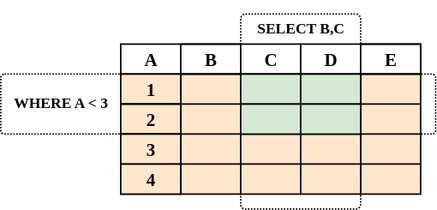
Before: docs/sql-reference/select-project.svg, a diagram exported from draw.io (mabel-dev/opteryx.dev). Source tidied: cells renumbered, new cells last; positions are measured from the earlier drawing's top-left corner, leaving out a move shared by most shapes. Its diagram source:
```xml
<mxGraphModel>
  <root>
    <mxCell id="0" />
    <mxCell id="1" parent="0" />
    <mxCell id="2" style="rounded=1;whiteSpace=wrap;html=1;strokeColor=#000000;fillColor=none;arcSize=6;dashed=1;dashPattern=1 1;" parent="1" vertex="1">
      <mxGeometry y="40" width="290" height="40" as="geometry" />
    </mxCell>
    <mxCell id="3" style="rounded=1;whiteSpace=wrap;html=1;strokeColor=#000000;fillColor=none;arcSize=4;dashed=1;dashPattern=1 1;" parent="1" vertex="1">
      <mxGeometry x="160" width="80" height="130" as="geometry" />
    </mxCell>
    <mxCell id="4" style="rounded=0;whiteSpace=wrap;html=1;fontFamily=Lucida Console;fontSize=6;strokeColor=#000000;strokeWidth=1;fillColor=default;gradientColor=none;" parent="1" vertex="1">
      <mxGeometry x="80" y="20" width="120" height="20" as="geometry" />
    </mxCell>
    <mxCell id="5" style="rounded=0;whiteSpace=wrap;html=1;fontFamily=Lucida Console;fontSize=6;strokeColor=#36393d;strokeWidth=1;fillColor=#cce5ff;" parent="1" vertex="1">
      <mxGeometry x="80" y="40" width="40" height="80" as="geometry" />
    </mxCell>
    <mxCell id="6" style="rounded=0;whiteSpace=wrap;html=1;fontFamily=Lucida Console;fontSize=6;strokeColor=#000000;strokeWidth=1;fillColor=#ffe6cc;" parent="1" vertex="1">
      <mxGeometry x="120" y="40" width="40" height="80" as="geometry" />
    </mxCell>
    <mxCell id="7" style="rounded=0;whiteSpace=wrap;html=1;fontFamily=Lucida Console;fontSize=6;strokeColor=#000000;strokeWidth=1;fillColor=#FFE6CC;" parent="1" vertex="1">
      <mxGeometry x="160" y="40" width="40" height="80" as="geometry" />
    </mxCell>
    <mxCell id="8" value="1" style="text;strokeColor=#000000;fillColor=#ffe6cc;html=1;fontSize=12;fontStyle=1;verticalAlign=bottom;align=center;fontFamily=Lucida Console;" parent="1" vertex="1">
      <mxGeometry x="80" y="40" width="40" height="20" as="geometry" />
    </mxCell>
    <mxCell id="9" style="rounded=0;whiteSpace=wrap;html=1;fontFamily=Lucida Console;fontSize=6;strokeColor=#000000;strokeWidth=1;fillColor=none;" parent="1" vertex="1">
      <mxGeometry x="120" y="20" width="40" height="20" as="geometry" />
    </mxCell>
    <mxCell id="10" value="2" style="text;strokeColor=#000000;fillColor=#ffe6cc;html=1;fontSize=12;fontStyle=1;verticalAlign=bottom;align=center;fontFamily=Lucida Console;" parent="1" vertex="1">
      <mxGeometry x="80" y="60" width="40" height="20" as="geometry" />
    </mxCell>
    <mxCell id="11" style="rounded=0;whiteSpace=wrap;html=1;fontFamily=Lucida Console;fontSize=6;strokeColor=#000000;strokeWidth=1;fillColor=default;gradientColor=none;" parent="1" vertex="1">
      <mxGeometry x="200" y="20" width="80" height="20" as="geometry" />
    </mxCell>
    <mxCell id="12" style="rounded=0;whiteSpace=wrap;html=1;fontFamily=Lucida Console;fontSize=6;strokeColor=#000000;strokeWidth=1;fillColor=#ffe6cc;" parent="1" vertex="1">
      <mxGeometry x="240" y="40" width="40" height="80" as="geometry" />
    </mxCell>
    <mxCell id="13" style="rounded=0;whiteSpace=wrap;html=1;fontFamily=Lucida Console;fontSize=6;strokeColor=#000000;strokeWidth=1;fillColor=#ffe6cc;" parent="1" vertex="1">
      <mxGeometry x="200" y="40" width="40" height="80" as="geometry" />
    </mxCell>
    <mxCell id="14" style="endArrow=none;html=1;rounded=0;fontFamily=Lucida Console;fontSize=6;startArrow=none;" parent="1" edge="1">
      <mxGeometry relative="1" as="geometry">
        <mxPoint x="80" y="80" as="sourcePoint" />
        <mxPoint x="280" y="80" as="targetPoint" />
      </mxGeometry>
    </mxCell>
    <mxCell id="15" style="endArrow=none;html=1;rounded=0;fontFamily=Lucida Console;fontSize=6;startArrow=none;" parent="1" edge="1">
      <mxGeometry relative="1" as="geometry">
        <mxPoint x="80" y="100" as="sourcePoint" />
        <mxPoint x="280" y="100" as="targetPoint" />
      </mxGeometry>
    </mxCell>
    <mxCell id="16" style="endArrow=none;html=1;rounded=0;fontFamily=Lucida Console;fontSize=6;startArrow=none;" parent="1" edge="1">
      <mxGeometry relative="1" as="geometry">
        <mxPoint x="80" y="60" as="sourcePoint" />
        <mxPoint x="280" y="60" as="targetPoint" />
      </mxGeometry>
    </mxCell>
    <mxCell id="17" value="3" style="text;strokeColor=#000000;fillColor=#ffe6cc;html=1;fontSize=12;fontStyle=1;verticalAlign=bottom;align=center;fontFamily=Lucida Console;" parent="1" vertex="1">
      <mxGeometry x="80" y="80" width="40" height="20" as="geometry" />
    </mxCell>
    <mxCell id="18" value="&amp;nbsp;" style="text;strokeColor=#000000;fillColor=#d5e8d4;html=1;fontSize=12;fontStyle=1;verticalAlign=bottom;align=center;fontFamily=Lucida Console;" parent="1" vertex="1">
      <mxGeometry x="160" y="40" width="40" height="20" as="geometry" />
    </mxCell>
    <mxCell id="19" style="rounded=0;whiteSpace=wrap;html=1;fontFamily=Lucida Console;fontSize=6;strokeColor=#000000;strokeWidth=1;fillColor=none;" parent="1" vertex="1">
      <mxGeometry x="240" y="20" width="40" height="20" as="geometry" />
    </mxCell>
    <mxCell id="20" value="B" style="text;strokeColor=none;fillColor=none;html=1;fontSize=12;fontStyle=1;verticalAlign=bottom;align=center;fontFamily=Lucida Console;" parent="1" vertex="1">
      <mxGeometry x="120" y="20" width="40" height="20" as="geometry" />
    </mxCell>
    <mxCell id="21" value="C" style="text;strokeColor=none;fillColor=none;html=1;fontSize=12;fontStyle=1;verticalAlign=bottom;align=center;fontFamily=Lucida Console;" parent="1" vertex="1">
      <mxGeometry x="160" y="20" width="40" height="20" as="geometry" />
    </mxCell>
    <mxCell id="22" value="D" style="text;strokeColor=none;fillColor=none;html=1;fontSize=12;fontStyle=1;verticalAlign=bottom;align=center;fontFamily=Lucida Console;" parent="1" vertex="1">
      <mxGeometry x="200" y="20" width="40" height="20" as="geometry" />
    </mxCell>
    <mxCell id="23" value="E" style="text;strokeColor=none;fillColor=none;html=1;fontSize=12;fontStyle=1;verticalAlign=bottom;align=center;fontFamily=Lucida Console;" parent="1" vertex="1">
      <mxGeometry x="240" y="20" width="40" height="20" as="geometry" />
    </mxCell>
    <mxCell id="24" value="4" style="text;strokeColor=#000000;fillColor=#ffe6cc;html=1;fontSize=12;fontStyle=1;verticalAlign=bottom;align=center;fontFamily=Lucida Console;" parent="1" vertex="1">
      <mxGeometry x="80" y="100" width="40" height="20" as="geometry" />
    </mxCell>
    <mxCell id="25" value="&amp;nbsp;" style="text;strokeColor=#000000;fillColor=#d5e8d4;html=1;fontSize=12;fontStyle=1;verticalAlign=bottom;align=center;fontFamily=Lucida Console;" parent="1" vertex="1">
      <mxGeometry x="160" y="60" width="40" height="20" as="geometry" />
    </mxCell>
    <mxCell id="26" value="&lt;font style=&quot;font-size: 10px;&quot;&gt;SELECT B,C&lt;/font&gt;" style="text;strokeColor=none;fillColor=none;html=1;fontSize=24;fontStyle=1;verticalAlign=middle;align=center;fontFamily=Lucida Console;" parent="1" vertex="1">
      <mxGeometry x="160" width="80" height="10" as="geometry" />
    </mxCell>
    <mxCell id="27" value="&amp;nbsp;" style="text;strokeColor=#000000;fillColor=#d5e8d4;html=1;fontSize=12;fontStyle=1;verticalAlign=bottom;align=center;fontFamily=Lucida Console;" parent="1" vertex="1">
      <mxGeometry x="200" y="40" width="40" height="20" as="geometry" />
    </mxCell>
    <mxCell id="28" value="&amp;nbsp;" style="text;strokeColor=#000000;fillColor=#d5e8d4;html=1;fontSize=12;fontStyle=1;verticalAlign=bottom;align=center;fontFamily=Lucida Console;" parent="1" vertex="1">
      <mxGeometry x="200" y="60" width="40" height="20" as="geometry" />
    </mxCell>
    <mxCell id="29" value="&lt;font style=&quot;font-size: 10px; line-height: 0.7;&quot;&gt;WHERE A &amp;lt; 3&lt;/font&gt;" style="text;strokeColor=none;fillColor=none;html=1;fontSize=24;fontStyle=1;verticalAlign=middle;align=center;fontFamily=Lucida Console;rounded=0;arcSize=0;" parent="1" vertex="1">
      <mxGeometry y="40" width="80" height="30" as="geometry" />
    </mxCell>
    <mxCell id="30" value="A" style="text;strokeColor=none;fillColor=none;html=1;fontSize=12;fontStyle=1;verticalAlign=bottom;align=center;fontFamily=Lucida Console;" parent="1" vertex="1">
      <mxGeometry x="80" y="20" width="40" height="20" as="geometry" />
    </mxCell>
  </root>
</mxGraphModel>
```
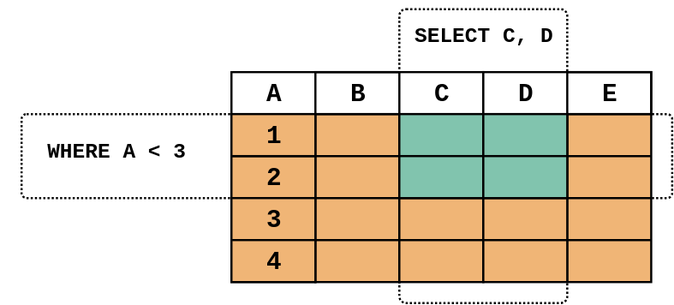
Above is the later version.

Diff of the diagram source:
```diff
@@ -2,100 +2,100 @@
   <root>
     <mxCell id="0" />
     <mxCell id="1" parent="0" />
-    <mxCell id="2" style="rounded=1;whiteSpace=wrap;html=1;strokeColor=#000000;fillColor=none;arcSize=6;dashed=1;dashPattern=1 1;" parent="1" vertex="1">
-      <mxGeometry y="40" width="290" height="40" as="geometry" />
+    <mxCell id="2" style="rounded=1;whiteSpace=wrap;html=1;strokeColor=#000000;fillColor=none;arcSize=6;dashed=1;dashPattern=1 1;fontFamily=Courier New;" parent="1" vertex="1">
+      <mxGeometry x="-20" y="40" width="310" height="40" as="geometry" />
     </mxCell>
-    <mxCell id="3" style="rounded=1;whiteSpace=wrap;html=1;strokeColor=#000000;fillColor=none;arcSize=4;dashed=1;dashPattern=1 1;" parent="1" vertex="1">
-      <mxGeometry x="160" width="80" height="130" as="geometry" />
+    <mxCell id="3" style="rounded=1;whiteSpace=wrap;html=1;strokeColor=#000000;fillColor=none;arcSize=4;dashed=1;dashPattern=1 1;fontFamily=Courier New;" parent="1" vertex="1">
+      <mxGeometry x="160" y="-10" width="80" height="140" as="geometry" />
     </mxCell>
-    <mxCell id="4" style="rounded=0;whiteSpace=wrap;html=1;fontFamily=Lucida Console;fontSize=6;strokeColor=#000000;strokeWidth=1;fillColor=default;gradientColor=none;" parent="1" vertex="1">
+    <mxCell id="4" style="rounded=0;whiteSpace=wrap;html=1;fontFamily=Courier New;fontSize=6;strokeColor=#000000;strokeWidth=1;fillColor=default;gradientColor=none;" parent="1" vertex="1">
       <mxGeometry x="80" y="20" width="120" height="20" as="geometry" />
     </mxCell>
-    <mxCell id="5" style="rounded=0;whiteSpace=wrap;html=1;fontFamily=Lucida Console;fontSize=6;strokeColor=#36393d;strokeWidth=1;fillColor=#cce5ff;" parent="1" vertex="1">
+    <mxCell id="5" style="rounded=0;whiteSpace=wrap;html=1;fontFamily=Courier New;fontSize=6;strokeColor=#36393d;strokeWidth=1;fillColor=#cce5ff;" parent="1" vertex="1">
       <mxGeometry x="80" y="40" width="40" height="80" as="geometry" />
     </mxCell>
-    <mxCell id="6" style="rounded=0;whiteSpace=wrap;html=1;fontFamily=Lucida Console;fontSize=6;strokeColor=#000000;strokeWidth=1;fillColor=#ffe6cc;" parent="1" vertex="1">
+    <mxCell id="6" style="rounded=0;whiteSpace=wrap;html=1;fontFamily=Courier New;fontSize=6;strokeColor=#000000;strokeWidth=1;fillColor=#F0B576;" parent="1" vertex="1">
       <mxGeometry x="120" y="40" width="40" height="80" as="geometry" />
     </mxCell>
-    <mxCell id="7" style="rounded=0;whiteSpace=wrap;html=1;fontFamily=Lucida Console;fontSize=6;strokeColor=#000000;strokeWidth=1;fillColor=#FFE6CC;" parent="1" vertex="1">
+    <mxCell id="7" style="rounded=0;whiteSpace=wrap;html=1;fontFamily=Courier New;fontSize=6;strokeColor=#000000;strokeWidth=1;fillColor=#F0B576;" parent="1" vertex="1">
       <mxGeometry x="160" y="40" width="40" height="80" as="geometry" />
     </mxCell>
-    <mxCell id="8" value="1" style="text;strokeColor=#000000;fillColor=#ffe6cc;html=1;fontSize=12;fontStyle=1;verticalAlign=bottom;align=center;fontFamily=Lucida Console;" parent="1" vertex="1">
+    <mxCell id="8" value="1" style="text;strokeColor=#000000;fillColor=#F0B576;html=1;fontSize=12;fontStyle=1;verticalAlign=bottom;align=center;fontFamily=Courier New;" parent="1" vertex="1">
       <mxGeometry x="80" y="40" width="40" height="20" as="geometry" />
     </mxCell>
-    <mxCell id="9" style="rounded=0;whiteSpace=wrap;html=1;fontFamily=Lucida Console;fontSize=6;strokeColor=#000000;strokeWidth=1;fillColor=none;" parent="1" vertex="1">
+    <mxCell id="9" style="rounded=0;whiteSpace=wrap;html=1;fontFamily=Courier New;fontSize=6;strokeColor=#000000;strokeWidth=1;fillColor=none;" parent="1" vertex="1">
       <mxGeometry x="120" y="20" width="40" height="20" as="geometry" />
     </mxCell>
-    <mxCell id="10" value="2" style="text;strokeColor=#000000;fillColor=#ffe6cc;html=1;fontSize=12;fontStyle=1;verticalAlign=bottom;align=center;fontFamily=Lucida Console;" parent="1" vertex="1">
+    <mxCell id="10" value="2" style="text;strokeColor=#000000;fillColor=#F0B576;html=1;fontSize=12;fontStyle=1;verticalAlign=bottom;align=center;fontFamily=Courier New;" parent="1" vertex="1">
       <mxGeometry x="80" y="60" width="40" height="20" as="geometry" />
     </mxCell>
-    <mxCell id="11" style="rounded=0;whiteSpace=wrap;html=1;fontFamily=Lucida Console;fontSize=6;strokeColor=#000000;strokeWidth=1;fillColor=default;gradientColor=none;" parent="1" vertex="1">
+    <mxCell id="11" style="rounded=0;whiteSpace=wrap;html=1;fontFamily=Courier New;fontSize=6;strokeColor=#000000;strokeWidth=1;fillColor=default;gradientColor=none;" parent="1" vertex="1">
       <mxGeometry x="200" y="20" width="80" height="20" as="geometry" />
     </mxCell>
-    <mxCell id="12" style="rounded=0;whiteSpace=wrap;html=1;fontFamily=Lucida Console;fontSize=6;strokeColor=#000000;strokeWidth=1;fillColor=#ffe6cc;" parent="1" vertex="1">
+    <mxCell id="12" style="rounded=0;whiteSpace=wrap;html=1;fontFamily=Courier New;fontSize=6;strokeColor=#000000;strokeWidth=1;fillColor=#F0B576;" parent="1" vertex="1">
       <mxGeometry x="240" y="40" width="40" height="80" as="geometry" />
     </mxCell>
-    <mxCell id="13" style="rounded=0;whiteSpace=wrap;html=1;fontFamily=Lucida Console;fontSize=6;strokeColor=#000000;strokeWidth=1;fillColor=#ffe6cc;" parent="1" vertex="1">
+    <mxCell id="13" style="rounded=0;whiteSpace=wrap;html=1;fontFamily=Courier New;fontSize=6;strokeColor=#000000;strokeWidth=1;fillColor=#F0B576;" parent="1" vertex="1">
       <mxGeometry x="200" y="40" width="40" height="80" as="geometry" />
     </mxCell>
-    <mxCell id="14" style="endArrow=none;html=1;rounded=0;fontFamily=Lucida Console;fontSize=6;startArrow=none;" parent="1" edge="1">
+    <mxCell id="14" style="endArrow=none;html=1;rounded=0;fontFamily=Courier New;fontSize=6;startArrow=none;" parent="1" edge="1">
       <mxGeometry relative="1" as="geometry">
         <mxPoint x="80" y="80" as="sourcePoint" />
         <mxPoint x="280" y="80" as="targetPoint" />
       </mxGeometry>
     </mxCell>
-    <mxCell id="15" style="endArrow=none;html=1;rounded=0;fontFamily=Lucida Console;fontSize=6;startArrow=none;" parent="1" edge="1">
+    <mxCell id="15" style="endArrow=none;html=1;rounded=0;fontFamily=Courier New;fontSize=6;startArrow=none;" parent="1" edge="1">
       <mxGeometry relative="1" as="geometry">
         <mxPoint x="80" y="100" as="sourcePoint" />
         <mxPoint x="280" y="100" as="targetPoint" />
       </mxGeometry>
     </mxCell>
-    <mxCell id="16" style="endArrow=none;html=1;rounded=0;fontFamily=Lucida Console;fontSize=6;startArrow=none;" parent="1" edge="1">
+    <mxCell id="16" style="endArrow=none;html=1;rounded=0;fontFamily=Courier New;fontSize=6;startArrow=none;" parent="1" edge="1">
       <mxGeometry relative="1" as="geometry">
         <mxPoint x="80" y="60" as="sourcePoint" />
         <mxPoint x="280" y="60" as="targetPoint" />
       </mxGeometry>
     </mxCell>
-    <mxCell id="17" value="3" style="text;strokeColor=#000000;fillColor=#ffe6cc;html=1;fontSize=12;fontStyle=1;verticalAlign=bottom;align=center;fontFamily=Lucida Console;" parent="1" vertex="1">
+    <mxCell id="17" value="3" style="text;strokeColor=#000000;fillColor=#F0B576;html=1;fontSize=12;fontStyle=1;verticalAlign=bottom;align=center;fontFamily=Courier New;" parent="1" vertex="1">
       <mxGeometry x="80" y="80" width="40" height="20" as="geometry" />
     </mxCell>
-    <mxCell id="18" value="&amp;nbsp;" style="text;strokeColor=#000000;fillColor=#d5e8d4;html=1;fontSize=12;fontStyle=1;verticalAlign=bottom;align=center;fontFamily=Lucida Console;" parent="1" vertex="1">
+    <mxCell id="18" value="&amp;nbsp;" style="text;strokeColor=#000000;fillColor=#81C4AE;html=1;fontSize=12;fontStyle=1;verticalAlign=bottom;align=center;fontFamily=Courier New;" parent="1" vertex="1">
       <mxGeometry x="160" y="40" width="40" height="20" as="geometry" />
     </mxCell>
-    <mxCell id="19" style="rounded=0;whiteSpace=wrap;html=1;fontFamily=Lucida Console;fontSize=6;strokeColor=#000000;strokeWidth=1;fillColor=none;" parent="1" vertex="1">
+    <mxCell id="19" style="rounded=0;whiteSpace=wrap;html=1;fontFamily=Courier New;fontSize=6;strokeColor=#000000;strokeWidth=1;fillColor=none;" parent="1" vertex="1">
       <mxGeometry x="240" y="20" width="40" height="20" as="geometry" />
     </mxCell>
-    <mxCell id="20" value="B" style="text;strokeColor=none;fillColor=none;html=1;fontSize=12;fontStyle=1;verticalAlign=bottom;align=center;fontFamily=Lucida Console;" parent="1" vertex="1">
+    <mxCell id="20" value="B" style="text;strokeColor=none;fillColor=none;html=1;fontSize=12;fontStyle=1;verticalAlign=bottom;align=center;fontFamily=Courier New;" parent="1" vertex="1">
       <mxGeometry x="120" y="20" width="40" height="20" as="geometry" />
     </mxCell>
-    <mxCell id="21" value="C" style="text;strokeColor=none;fillColor=none;html=1;fontSize=12;fontStyle=1;verticalAlign=bottom;align=center;fontFamily=Lucida Console;" parent="1" vertex="1">
+    <mxCell id="21" value="C" style="text;strokeColor=none;fillColor=none;html=1;fontSize=12;fontStyle=1;verticalAlign=bottom;align=center;fontFamily=Courier New;" parent="1" vertex="1">
       <mxGeometry x="160" y="20" width="40" height="20" as="geometry" />
     </mxCell>
-    <mxCell id="22" value="D" style="text;strokeColor=none;fillColor=none;html=1;fontSize=12;fontStyle=1;verticalAlign=bottom;align=center;fontFamily=Lucida Console;" parent="1" vertex="1">
+    <mxCell id="22" value="D" style="text;strokeColor=none;fillColor=none;html=1;fontSize=12;fontStyle=1;verticalAlign=bottom;align=center;fontFamily=Courier New;" parent="1" vertex="1">
       <mxGeometry x="200" y="20" width="40" height="20" as="geometry" />
     </mxCell>
-    <mxCell id="23" value="E" style="text;strokeColor=none;fillColor=none;html=1;fontSize=12;fontStyle=1;verticalAlign=bottom;align=center;fontFamily=Lucida Console;" parent="1" vertex="1">
+    <mxCell id="23" value="E" style="text;strokeColor=none;fillColor=none;html=1;fontSize=12;fontStyle=1;verticalAlign=bottom;align=center;fontFamily=Courier New;" parent="1" vertex="1">
       <mxGeometry x="240" y="20" width="40" height="20" as="geometry" />
     </mxCell>
-    <mxCell id="24" value="4" style="text;strokeColor=#000000;fillColor=#ffe6cc;html=1;fontSize=12;fontStyle=1;verticalAlign=bottom;align=center;fontFamily=Lucida Console;" parent="1" vertex="1">
+    <mxCell id="24" value="4" style="text;strokeColor=#000000;fillColor=#F0B576;html=1;fontSize=12;fontStyle=1;verticalAlign=bottom;align=center;fontFamily=Courier New;" parent="1" vertex="1">
       <mxGeometry x="80" y="100" width="40" height="20" as="geometry" />
     </mxCell>
-    <mxCell id="25" value="&amp;nbsp;" style="text;strokeColor=#000000;fillColor=#d5e8d4;html=1;fontSize=12;fontStyle=1;verticalAlign=bottom;align=center;fontFamily=Lucida Console;" parent="1" vertex="1">
+    <mxCell id="25" value="&amp;nbsp;" style="text;strokeColor=#000000;fillColor=#81C4AE;html=1;fontSize=12;fontStyle=1;verticalAlign=bottom;align=center;fontFamily=Courier New;" parent="1" vertex="1">
       <mxGeometry x="160" y="60" width="40" height="20" as="geometry" />
     </mxCell>
-    <mxCell id="26" value="&lt;font style=&quot;font-size: 10px;&quot;&gt;SELECT B,C&lt;/font&gt;" style="text;strokeColor=none;fillColor=none;html=1;fontSize=24;fontStyle=1;verticalAlign=middle;align=center;fontFamily=Lucida Console;" parent="1" vertex="1">
-      <mxGeometry x="160" width="80" height="10" as="geometry" />
+    <mxCell id="26" value="&lt;font style=&quot;font-size: 10px;&quot;&gt;SELECT C, D&lt;/font&gt;" style="text;strokeColor=none;fillColor=none;html=1;fontSize=24;fontStyle=1;verticalAlign=middle;align=center;fontFamily=Courier New;" parent="1" vertex="1">
+      <mxGeometry x="160" y="-10" width="80" height="20" as="geometry" />
     </mxCell>
-    <mxCell id="27" value="&amp;nbsp;" style="text;strokeColor=#000000;fillColor=#d5e8d4;html=1;fontSize=12;fontStyle=1;verticalAlign=bottom;align=center;fontFamily=Lucida Console;" parent="1" vertex="1">
+    <mxCell id="27" value="&amp;nbsp;" style="text;strokeColor=#000000;fillColor=#81C4AE;html=1;fontSize=12;fontStyle=1;verticalAlign=bottom;align=center;fontFamily=Courier New;" parent="1" vertex="1">
       <mxGeometry x="200" y="40" width="40" height="20" as="geometry" />
     </mxCell>
-    <mxCell id="28" value="&amp;nbsp;" style="text;strokeColor=#000000;fillColor=#d5e8d4;html=1;fontSize=12;fontStyle=1;verticalAlign=bottom;align=center;fontFamily=Lucida Console;" parent="1" vertex="1">
+    <mxCell id="28" value="&amp;nbsp;" style="text;strokeColor=#000000;fillColor=#81C4AE;html=1;fontSize=12;fontStyle=1;verticalAlign=bottom;align=center;fontFamily=Courier New;" parent="1" vertex="1">
       <mxGeometry x="200" y="60" width="40" height="20" as="geometry" />
     </mxCell>
-    <mxCell id="29" value="&lt;font style=&quot;font-size: 10px; line-height: 0.7;&quot;&gt;WHERE A &amp;lt; 3&lt;/font&gt;" style="text;strokeColor=none;fillColor=none;html=1;fontSize=24;fontStyle=1;verticalAlign=middle;align=center;fontFamily=Lucida Console;rounded=0;arcSize=0;" parent="1" vertex="1">
-      <mxGeometry y="40" width="80" height="30" as="geometry" />
+    <mxCell id="29" value="&lt;font style=&quot;font-size: 10px; line-height: 0.7;&quot;&gt;WHERE A &amp;lt; 3&lt;/font&gt;" style="text;strokeColor=none;fillColor=none;html=1;fontSize=24;fontStyle=1;verticalAlign=middle;align=center;fontFamily=Courier New;rounded=0;arcSize=0;" parent="1" vertex="1">
+      <mxGeometry x="-30" y="40" width="110" height="30" as="geometry" />
     </mxCell>
-    <mxCell id="30" value="A" style="text;strokeColor=none;fillColor=none;html=1;fontSize=12;fontStyle=1;verticalAlign=bottom;align=center;fontFamily=Lucida Console;" parent="1" vertex="1">
+    <mxCell id="30" value="A" style="text;strokeColor=none;fillColor=none;html=1;fontSize=12;fontStyle=1;verticalAlign=bottom;align=center;fontFamily=Courier New;" parent="1" vertex="1">
       <mxGeometry x="80" y="20" width="40" height="20" as="geometry" />
     </mxCell>
   </root>
```
